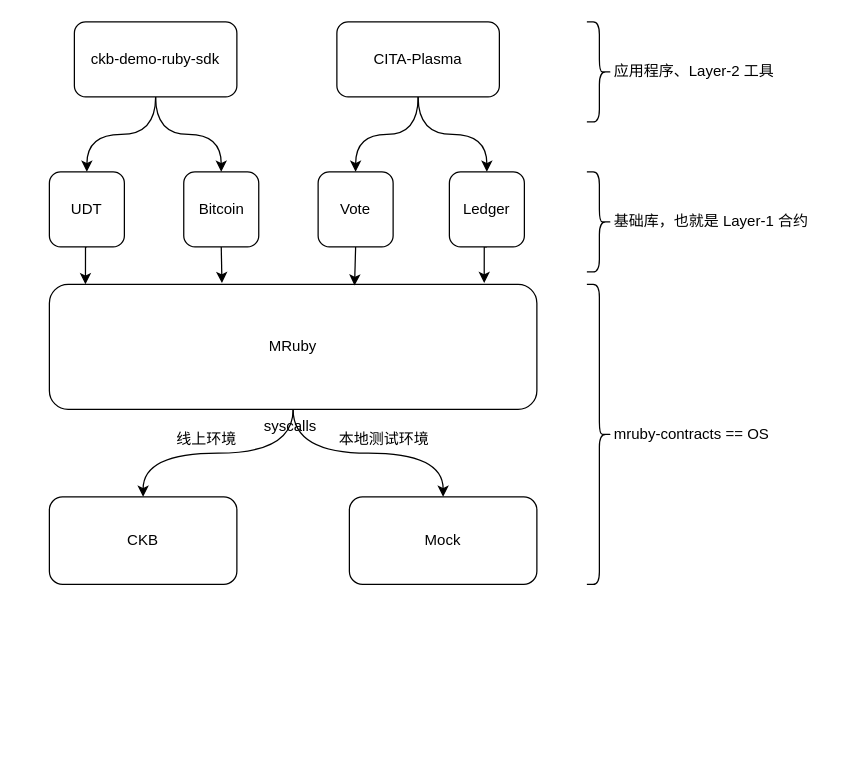
Above: ckb-sdk-description.drawio in keroro520/draw.io (draw.io), before the change. Source tidied: cells renumbered, new cells numbered last; positions are measured from the earlier drawing's top-left corner, leaving out a move shared by most shapes. Both pictures are drawn from the tidied source at 125%, with x=0, y=0 at pixel (49, 21).
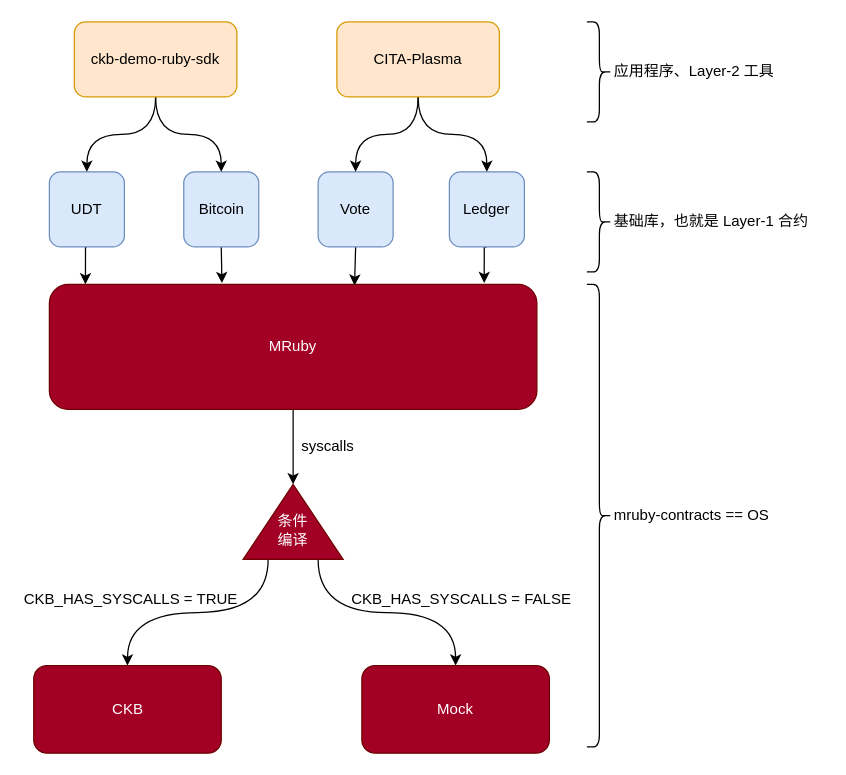
After the change.

Change to the diagram source:
```diff
@@
-    <mxCell id="2" style="edgeStyle=orthogonalEdgeStyle;rounded=0;jettySize=auto;html=1;entryX=0.5;entryY=0;entryDx=0;entryDy=0;curved=1;" parent="1" edge="1" source="4" target="5">
-      <mxGeometry relative="1" as="geometry" />
-    </mxCell>
-    <mxCell id="3" style="edgeStyle=orthogonalEdgeStyle;rounded=0;jettySize=auto;html=1;exitX=0.5;exitY=1;exitDx=0;exitDy=0;entryX=0.5;entryY=0;entryDx=0;entryDy=0;curved=1;" parent="1" edge="1" source="4" target="6">
-      <mxGeometry relative="1" as="geometry" />
-    </mxCell>
+    <mxCell id="30" style="edgeStyle=orthogonalEdgeStyle;curved=1;rounded=0;jettySize=auto;html=1;exitX=0.5;exitY=1;exitDx=0;exitDy=0;entryX=1;entryY=0.5;entryDx=0;entryDy=0;" parent="1" edge="1" source="4" target="33">
+      <mxGeometry relative="1" as="geometry" />
+    </mxCell>
-    <mxCell id="4" value="MRuby" style="rounded=1;whiteSpace=wrap;html=1;" parent="1" vertex="1">
+    <mxCell id="4" value="MRuby" style="rounded=1;whiteSpace=wrap;html=1;fillColor=#a20025;strokeColor=#6F0000;fontColor=#ffffff;" parent="1" vertex="1">
       <mxGeometry y="210" width="390" height="100" as="geometry" />
     </mxCell>
-    <mxCell id="5" value="CKB" style="rounded=1;whiteSpace=wrap;html=1;" parent="1" vertex="1">
-      <mxGeometry y="380" width="150" height="70" as="geometry" />
+    <mxCell id="5" value="CKB" style="rounded=1;whiteSpace=wrap;html=1;fillColor=#a20025;strokeColor=#6F0000;fontColor=#ffffff;" parent="1" vertex="1">
+      <mxGeometry x="-12.5" y="515" width="150" height="70" as="geometry" />
     </mxCell>
-    <mxCell id="6" value="Mock" style="rounded=1;whiteSpace=wrap;html=1;" parent="1" vertex="1">
-      <mxGeometry x="240" y="380" width="150" height="70" as="geometry" />
+    <mxCell id="6" value="Mock" style="rounded=1;whiteSpace=wrap;html=1;fillColor=#a20025;strokeColor=#6F0000;fontColor=#ffffff;" parent="1" vertex="1">
+      <mxGeometry x="250" y="515" width="150" height="70" as="geometry" />
     </mxCell>
-    <mxCell id="7" value="线上环境" style="text;html=1;align=left;verticalAlign=top;spacingTop=-4;" parent="1" vertex="1">
-      <mxGeometry x="100" y="324" width="60" height="20" as="geometry" />
-    </mxCell>
-    <mxCell id="8" value="本地测试环境" style="text;html=1;align=left;verticalAlign=top;spacingTop=-4;" parent="1" vertex="1">
-      <mxGeometry x="230" y="324" width="90" height="20" as="geometry" />
-    </mxCell>
     <mxCell id="9" value="syscalls" style="text;html=1;align=left;verticalAlign=top;spacingTop=-4;" parent="1" vertex="1">
-      <mxGeometry x="170" y="314" width="60" height="20" as="geometry" />
+      <mxGeometry x="200" y="330" width="60" height="20" as="geometry" />
     </mxCell>
     <mxCell id="10" style="shape=curlyBracket;whiteSpace=wrap;html=1;rounded=1;direction=west;" parent="1" vertex="1">
-      <mxGeometry x="430" y="210" width="20" height="240" as="geometry" />
+      <mxGeometry x="430" y="210" width="20" height="370" as="geometry" />
     </mxCell>
     <mxCell id="11" value="mruby-contracts == OS" style="text;html=1;align=left;verticalAlign=top;spacingTop=-4;" parent="1" vertex="1">
-      <mxGeometry x="450" y="320" width="140" height="20" as="geometry" />
+      <mxGeometry x="450" y="385" width="140" height="20" as="geometry" />
     </mxCell>
@@
-    <mxCell id="13" value="UDT" style="rounded=1;whiteSpace=wrap;html=1;" parent="1" vertex="1">
+    <mxCell id="13" value="UDT" style="rounded=1;whiteSpace=wrap;html=1;fillColor=#dae8fc;strokeColor=#6c8ebf;" parent="1" vertex="1">
       <mxGeometry y="120" width="60" height="60" as="geometry" />
     </mxCell>
@@
-    <mxCell id="15" value="Bitcoin" style="rounded=1;whiteSpace=wrap;html=1;" parent="1" vertex="1">
+    <mxCell id="15" value="Bitcoin" style="rounded=1;whiteSpace=wrap;html=1;fillColor=#dae8fc;strokeColor=#6c8ebf;" parent="1" vertex="1">
       <mxGeometry x="107.5" y="120" width="60" height="60" as="geometry" />
     </mxCell>
@@
-    <mxCell id="17" value="Vote" style="rounded=1;whiteSpace=wrap;html=1;" parent="1" vertex="1">
+    <mxCell id="17" value="Vote" style="rounded=1;whiteSpace=wrap;html=1;fillColor=#dae8fc;strokeColor=#6c8ebf;" parent="1" vertex="1">
       <mxGeometry x="215" y="120" width="60" height="60" as="geometry" />
     </mxCell>
@@
-    <mxCell id="19" value="Ledger" style="rounded=1;whiteSpace=wrap;html=1;" parent="1" vertex="1">
+    <mxCell id="19" value="Ledger" style="rounded=1;whiteSpace=wrap;html=1;fillColor=#dae8fc;strokeColor=#6c8ebf;" parent="1" vertex="1">
       <mxGeometry x="320" y="120" width="60" height="60" as="geometry" />
     </mxCell>
@@
-    <mxCell id="24" value="ckb-demo-ruby-sdk" style="rounded=1;whiteSpace=wrap;html=1;" parent="1" vertex="1">
+    <mxCell id="24" value="ckb-demo-ruby-sdk" style="rounded=1;whiteSpace=wrap;html=1;fillColor=#ffe6cc;strokeColor=#d79b00;" parent="1" vertex="1">
       <mxGeometry x="20" width="130" height="60" as="geometry" />
     </mxCell>
@@
-    <mxCell id="27" value="CITA-Plasma" style="rounded=1;whiteSpace=wrap;html=1;" parent="1" vertex="1">
+    <mxCell id="27" value="CITA-Plasma" style="rounded=1;whiteSpace=wrap;html=1;fillColor=#ffe6cc;strokeColor=#d79b00;" parent="1" vertex="1">
       <mxGeometry x="230" width="130" height="60" as="geometry" />
     </mxCell>
@@
+    <mxCell id="31" style="edgeStyle=orthogonalEdgeStyle;curved=1;rounded=0;jettySize=auto;html=1;exitX=0;exitY=0.25;exitDx=0;exitDy=0;entryX=0.5;entryY=0;entryDx=0;entryDy=0;" parent="1" edge="1" source="33" target="5">
+      <mxGeometry relative="1" as="geometry" />
+    </mxCell>
+    <mxCell id="32" style="edgeStyle=orthogonalEdgeStyle;curved=1;rounded=0;jettySize=auto;html=1;exitX=0;exitY=0.75;exitDx=0;exitDy=0;entryX=0.5;entryY=0;entryDx=0;entryDy=0;" parent="1" edge="1" source="33" target="6">
+      <mxGeometry relative="1" as="geometry" />
+    </mxCell>
+    <mxCell id="33" value="&lt;br&gt;条件&lt;br&gt;编译" style="triangle;whiteSpace=wrap;html=1;direction=north;fillColor=#a20025;strokeColor=#6F0000;fontColor=#ffffff;" parent="1" vertex="1">
+      <mxGeometry x="155" y="370" width="80" height="60" as="geometry" />
+    </mxCell>
+    <mxCell id="34" value="&lt;p lang=&quot;zh-CN&quot;&gt;CKB_HAS_SYSCALLS = TRUE&lt;/p&gt;" style="text;html=1;align=left;verticalAlign=top;spacingTop=-4;" parent="1" vertex="1">
+      <mxGeometry x="-22.5" y="440" width="190" height="40" as="geometry" />
+    </mxCell>
+    <mxCell id="35" value="&lt;p lang=&quot;zh-CN&quot;&gt;CKB_HAS_SYSCALLS = FALSE&lt;/p&gt;" style="text;html=1;align=left;verticalAlign=top;spacingTop=-4;" parent="1" vertex="1">
+      <mxGeometry x="240" y="440" width="190" height="40" as="geometry" />
+    </mxCell>
```
